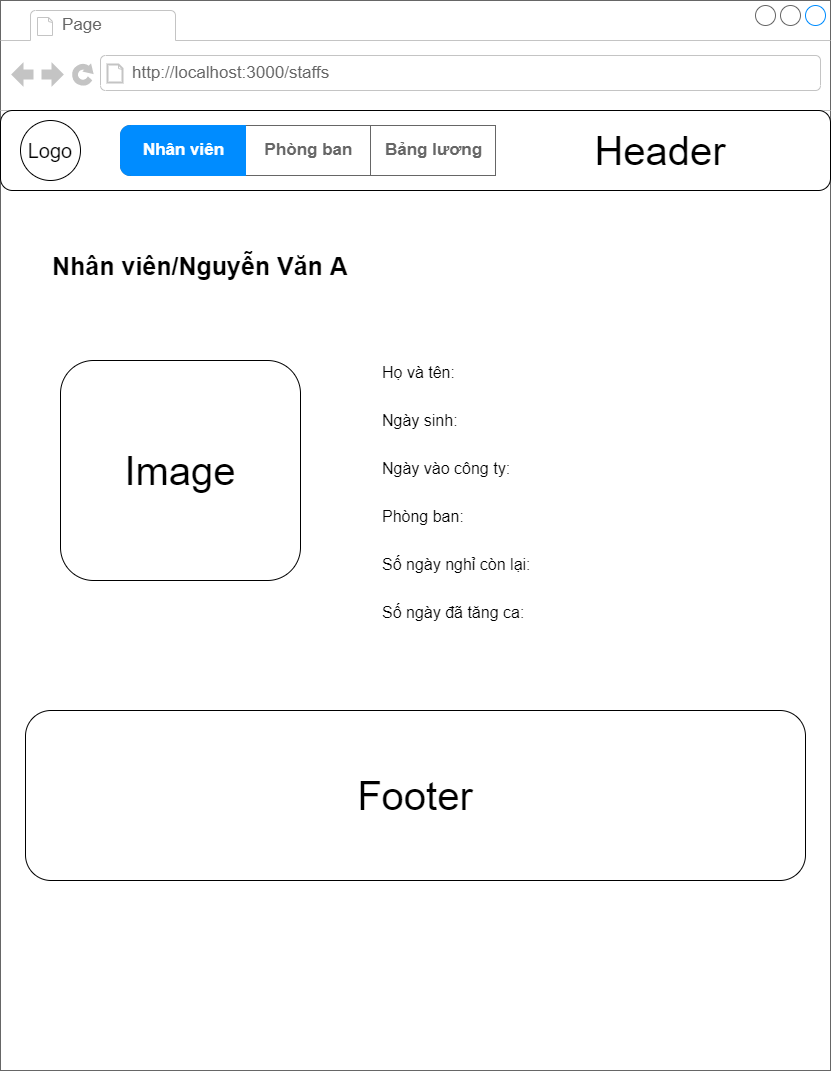
Doanhbn2001/FUNIXREACTJSASM keeps this draw.io diagram as draw/staff.png. Above is the earlier version. Source tidied: cells renumbered, new cells last; positions are measured from the earlier drawing's top-left corner, leaving out a move shared by most shapes. The source it was exported from:
```xml
<mxGraphModel>
  <root>
    <mxCell id="0" />
    <mxCell id="1" parent="0" />
    <mxCell id="2" style="strokeWidth=1;shadow=0;dashed=0;align=center;html=1;shape=mxgraph.mockup.containers.browserWindow;rSize=0;strokeColor=#666666;strokeColor2=#008cff;strokeColor3=#c4c4c4;mainText=,;" parent="1" vertex="1">
      <mxGeometry width="830" height="1070" as="geometry" />
    </mxCell>
    <mxCell id="3" value="Page" style="strokeWidth=1;shadow=0;dashed=0;align=center;html=1;shape=mxgraph.mockup.containers.anchor;fontSize=17;fontColor=#666666;align=left;" parent="2" vertex="1">
      <mxGeometry x="60" y="12" width="110" height="26" as="geometry" />
    </mxCell>
    <mxCell id="4" value="http://localhost:3000/staffs" style="strokeWidth=1;shadow=0;dashed=0;align=center;html=1;shape=mxgraph.mockup.containers.anchor;rSize=0;fontSize=17;fontColor=#666666;align=left;" parent="2" vertex="1">
      <mxGeometry x="130" y="60" width="250" height="26" as="geometry" />
    </mxCell>
    <mxCell id="5" value="&lt;b&gt;&lt;font style=&quot;font-size: 25px&quot;&gt;Nhân viên/Nguyễn Văn A&lt;/font&gt;&lt;/b&gt;" style="text;html=1;strokeColor=none;fillColor=none;align=left;verticalAlign=middle;whiteSpace=wrap;rounded=0;fontSize=20;" parent="2" vertex="1">
      <mxGeometry x="50" y="240" width="310" height="50" as="geometry" />
    </mxCell>
    <mxCell id="6" value="&lt;font style=&quot;font-size: 40px&quot;&gt;Footer&lt;/font&gt;" style="rounded=1;whiteSpace=wrap;html=1;" parent="2" vertex="1">
      <mxGeometry x="25" y="710" width="780" height="170" as="geometry" />
    </mxCell>
    <mxCell id="7" value="&lt;font style=&quot;font-size: 40px&quot;&gt;Image&lt;/font&gt;" style="rounded=1;whiteSpace=wrap;html=1;" parent="2" vertex="1">
      <mxGeometry x="60" y="360" width="240" height="220" as="geometry" />
    </mxCell>
    <mxCell id="8" value="&lt;font style=&quot;font-size: 16px&quot;&gt;Họ và tên:&lt;br&gt;Ngày sinh:&lt;br&gt;Ngày vào công ty:&lt;br&gt;Phòng ban:&lt;br&gt;Số ngày nghỉ còn lại:&lt;br&gt;Số ngày đã tăng ca:&lt;br&gt;&amp;nbsp;&lt;br&gt;&lt;br&gt;&lt;br&gt;&lt;/font&gt;" style="text;html=1;strokeColor=none;fillColor=none;align=left;verticalAlign=middle;whiteSpace=wrap;rounded=0;fontSize=40;" parent="2" vertex="1">
      <mxGeometry x="380" y="440" width="360" height="230" as="geometry" />
    </mxCell>
    <mxCell id="9" style="rounded=1;whiteSpace=wrap;html=1;" parent="1" vertex="1">
      <mxGeometry y="110" width="830" height="80" as="geometry" />
    </mxCell>
    <mxCell id="10" value="&lt;font style=&quot;font-size: 20px&quot;&gt;Logo&lt;/font&gt;" style="ellipse;whiteSpace=wrap;html=1;" parent="1" vertex="1">
      <mxGeometry x="20" y="120" width="60" height="60" as="geometry" />
    </mxCell>
    <mxCell id="11" style="strokeWidth=1;shadow=0;dashed=0;align=center;html=1;shape=mxgraph.mockup.rrect;rSize=10;fillColor=#ffffff;strokeColor=#666666;fontSize=20;" parent="1" vertex="1">
      <mxGeometry x="120" y="125" width="370" height="50" as="geometry" />
    </mxCell>
    <mxCell id="12" value="Phòng ban" style="strokeColor=inherit;fillColor=inherit;gradientColor=inherit;strokeWidth=1;shadow=0;dashed=0;align=center;html=1;shape=mxgraph.mockup.rrect;rSize=0;fontSize=17;fontColor=#666666;fontStyle=1;" parent="11" vertex="1">
      <mxGeometry width="125" height="50" relative="1" as="geometry">
        <mxPoint x="125" as="offset" />
      </mxGeometry>
    </mxCell>
    <mxCell id="13" value="Bảng lương" style="strokeColor=inherit;fillColor=inherit;gradientColor=inherit;strokeWidth=1;shadow=0;dashed=0;align=center;html=1;shape=mxgraph.mockup.rrect;rSize=0;fontSize=17;fontColor=#666666;fontStyle=1;" parent="11" vertex="1">
      <mxGeometry width="125" height="50" relative="1" as="geometry">
        <mxPoint x="250" as="offset" />
      </mxGeometry>
    </mxCell>
    <mxCell id="14" value="Nhân viên" style="strokeWidth=1;shadow=0;dashed=0;align=center;html=1;shape=mxgraph.mockup.leftButton;rSize=10;fontSize=17;fontColor=#ffffff;fontStyle=1;fillColor=#008cff;strokeColor=#008cff;" parent="11" vertex="1">
      <mxGeometry width="125" height="50" relative="1" as="geometry" />
    </mxCell>
    <mxCell id="15" value="Header" style="text;html=1;strokeColor=none;fillColor=none;align=center;verticalAlign=middle;whiteSpace=wrap;rounded=0;fontSize=40;" parent="1" vertex="1">
      <mxGeometry x="630" y="135" width="60" height="30" as="geometry" />
    </mxCell>
  </root>
</mxGraphModel>
```
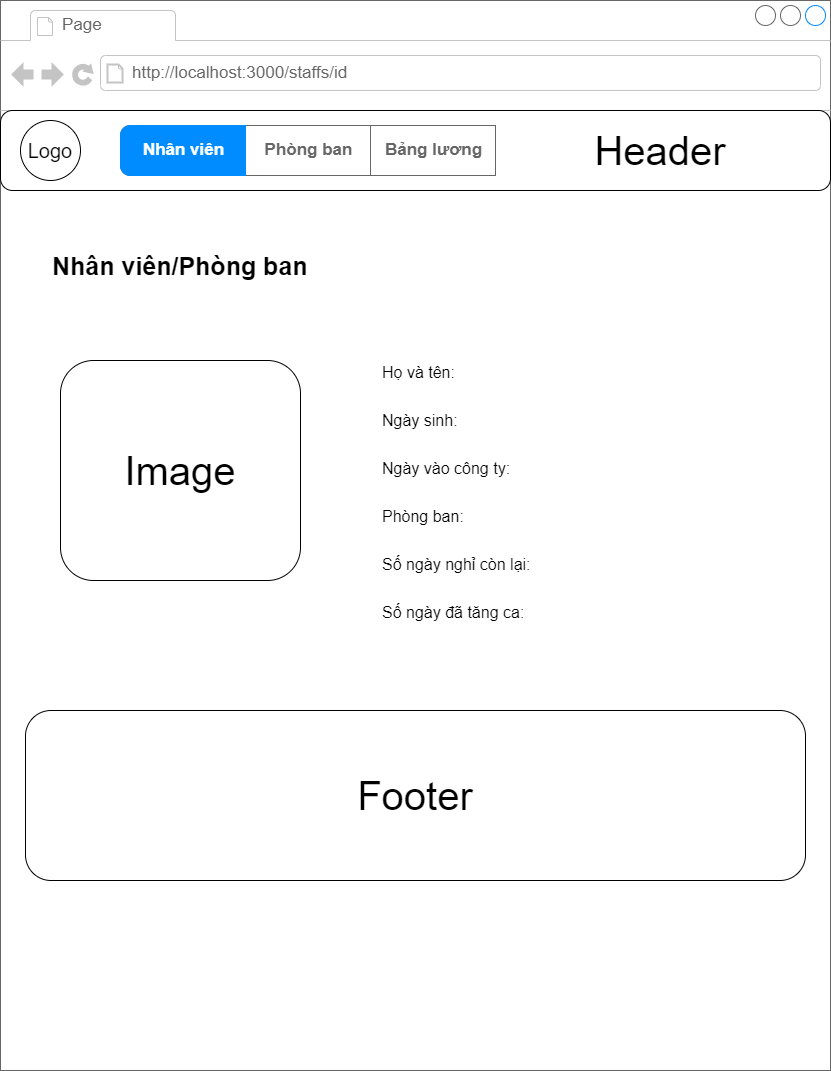
After the commit.

The edit, as a diff of the source:
```diff
@@ -8,10 +8,10 @@
     <mxCell id="3" value="Page" style="strokeWidth=1;shadow=0;dashed=0;align=center;html=1;shape=mxgraph.mockup.containers.anchor;fontSize=17;fontColor=#666666;align=left;" parent="2" vertex="1">
       <mxGeometry x="60" y="12" width="110" height="26" as="geometry" />
     </mxCell>
-    <mxCell id="4" value="http://localhost:3000/staffs" style="strokeWidth=1;shadow=0;dashed=0;align=center;html=1;shape=mxgraph.mockup.containers.anchor;rSize=0;fontSize=17;fontColor=#666666;align=left;" parent="2" vertex="1">
+    <mxCell id="4" value="http://localhost:3000/staffs/id" style="strokeWidth=1;shadow=0;dashed=0;align=center;html=1;shape=mxgraph.mockup.containers.anchor;rSize=0;fontSize=17;fontColor=#666666;align=left;" parent="2" vertex="1">
       <mxGeometry x="130" y="60" width="250" height="26" as="geometry" />
     </mxCell>
-    <mxCell id="5" value="&lt;b&gt;&lt;font style=&quot;font-size: 25px&quot;&gt;Nhân viên/Nguyễn Văn A&lt;/font&gt;&lt;/b&gt;" style="text;html=1;strokeColor=none;fillColor=none;align=left;verticalAlign=middle;whiteSpace=wrap;rounded=0;fontSize=20;" parent="2" vertex="1">
+    <mxCell id="5" value="&lt;b&gt;&lt;font style=&quot;font-size: 25px&quot;&gt;Nhân viên/Phòng ban&lt;/font&gt;&lt;/b&gt;" style="text;html=1;strokeColor=none;fillColor=none;align=left;verticalAlign=middle;whiteSpace=wrap;rounded=0;fontSize=20;" parent="2" vertex="1">
       <mxGeometry x="50" y="240" width="310" height="50" as="geometry" />
     </mxCell>
     <mxCell id="6" value="&lt;font style=&quot;font-size: 40px&quot;&gt;Footer&lt;/font&gt;" style="rounded=1;whiteSpace=wrap;html=1;" parent="2" vertex="1">
```
